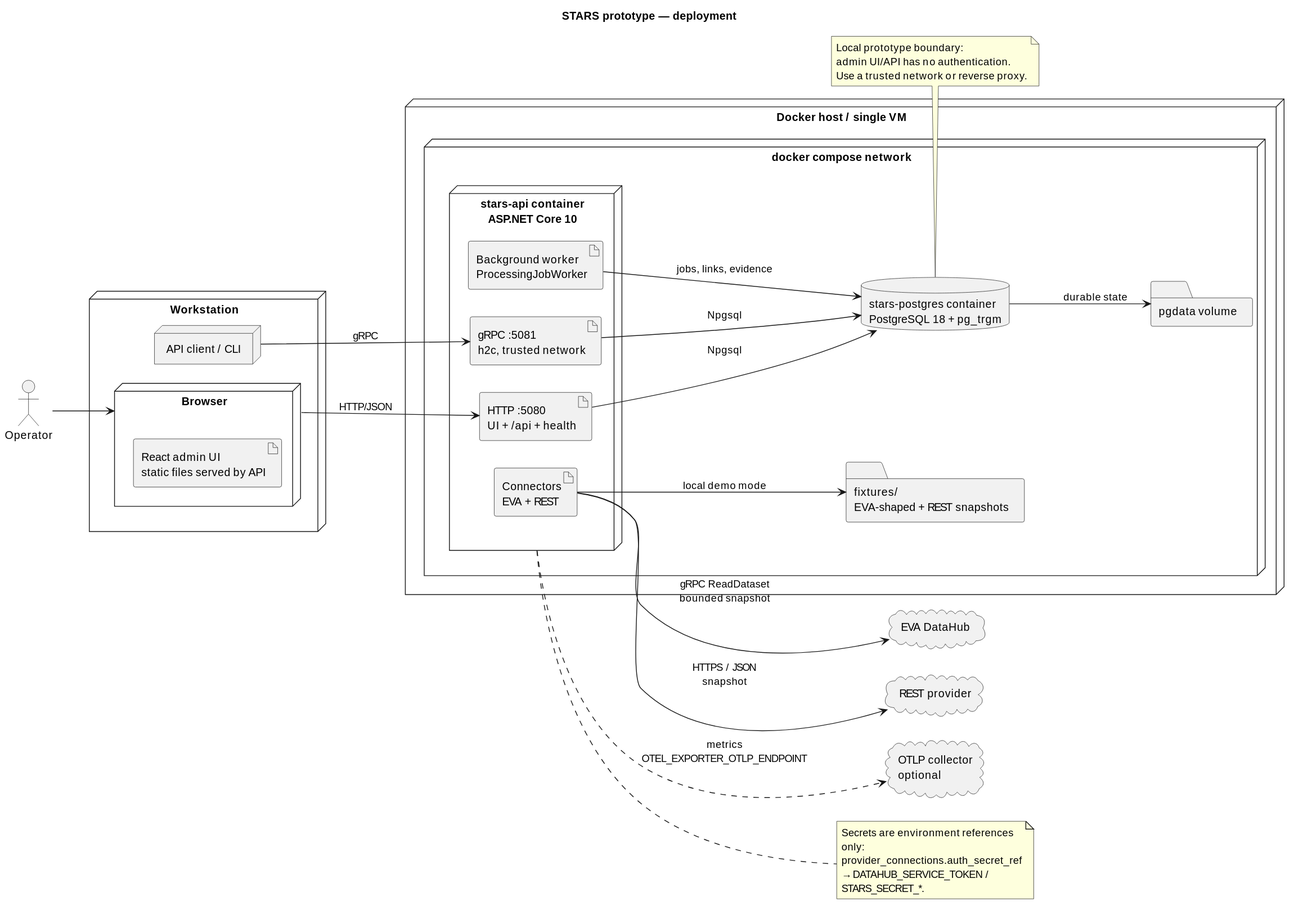
The PlantUML diagram docs/diagrams/02-deployment.svg in zollidan/stars, before a commit.
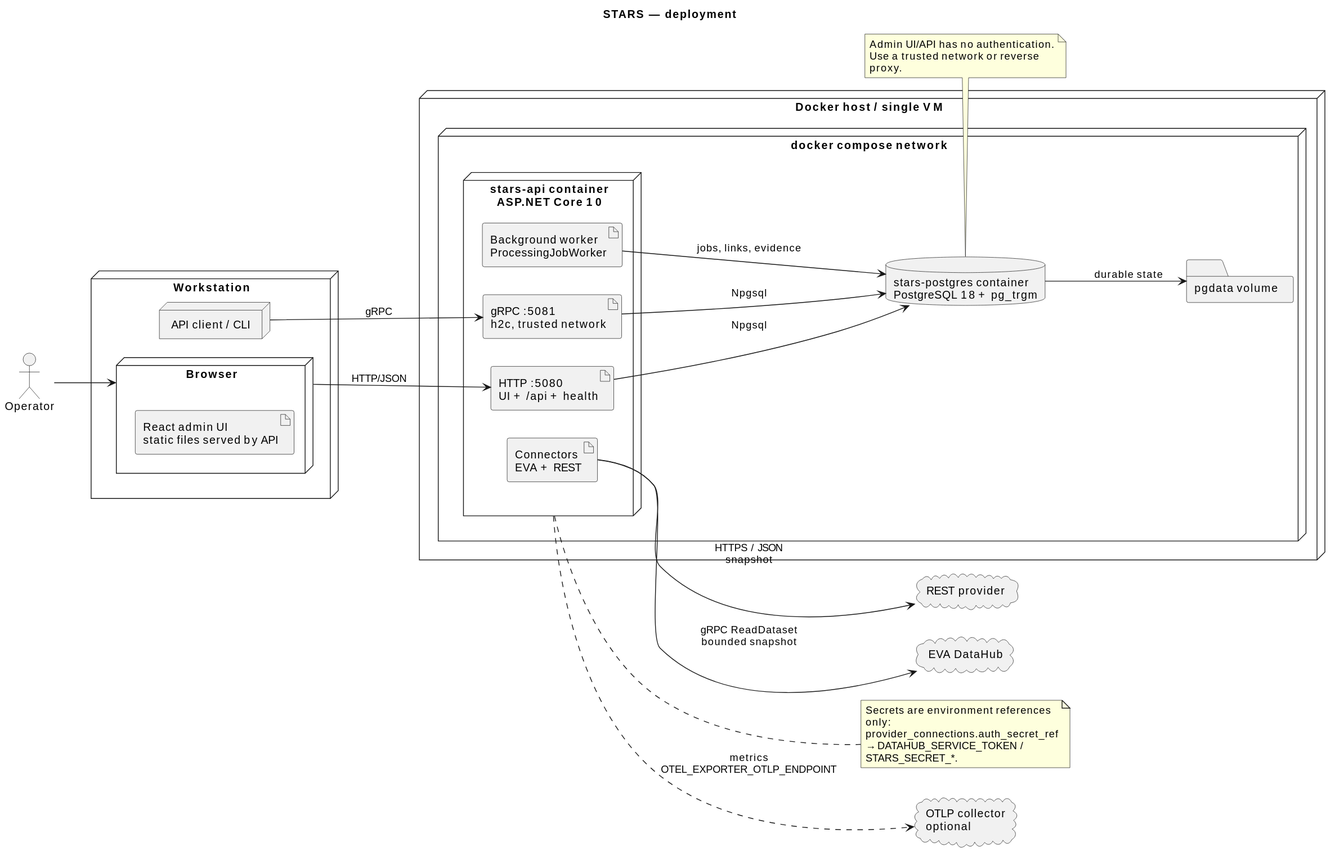
Later version of the same file.

Diff of the diagram source:
```diff
@@ -1,5 +1,5 @@
 @startuml
-title STARS prototype — deployment
+title STARS — deployment
 
 skinparam wrapWidth 250
 left to right direction
@@ -22,7 +22,6 @@
     }
     database "stars-postgres container\nPostgreSQL 18 + pg_trgm" as DB
     folder "pgdata volume" as VOL
-    folder "fixtures/\nEVA-shaped + REST snapshots" as FIX
   }
 }
 
@@ -38,7 +37,6 @@
 WORKER --> DB : jobs, links, evidence
 CONN --> EVA : gRPC ReadDataset\nbounded snapshot
 CONN --> REST : HTTPS / JSON\nsnapshot
-CONN --> FIX : local demo mode
 DB --> VOL : durable state
 API ..> OTLP : metrics\nOTEL_EXPORTER_OTLP_ENDPOINT
 
@@ -49,8 +47,7 @@
 end note
 
 note bottom of DB
-  Local prototype boundary:
-  admin UI/API has no authentication.
+  Admin UI/API has no authentication.
   Use a trusted network or reverse proxy.
 end note
 @enduml
```
